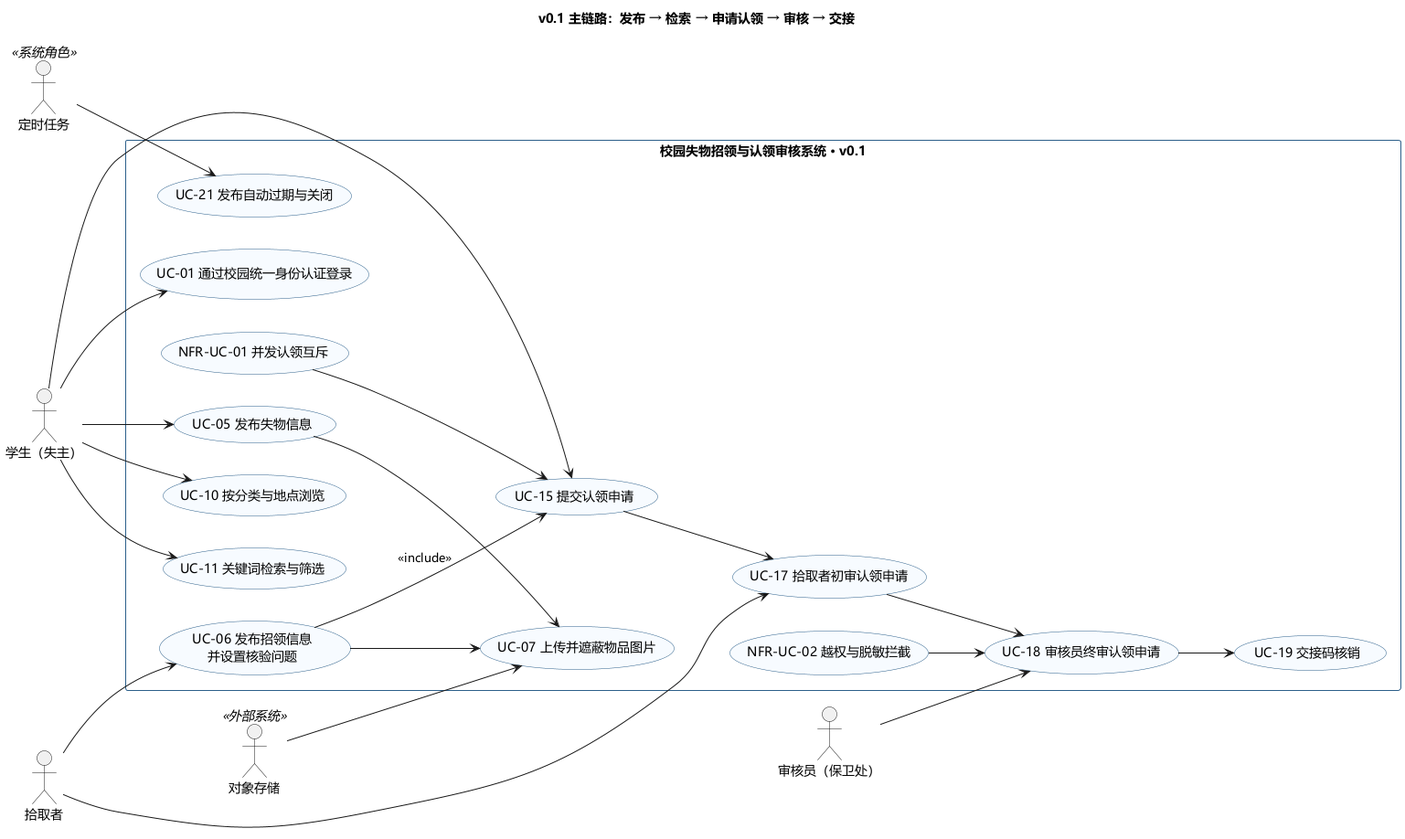
Before: docs/assets/usecase-v01.png, a diagram exported from PlantUML (phao90016-jpg/Tongji-campus-lost-found).
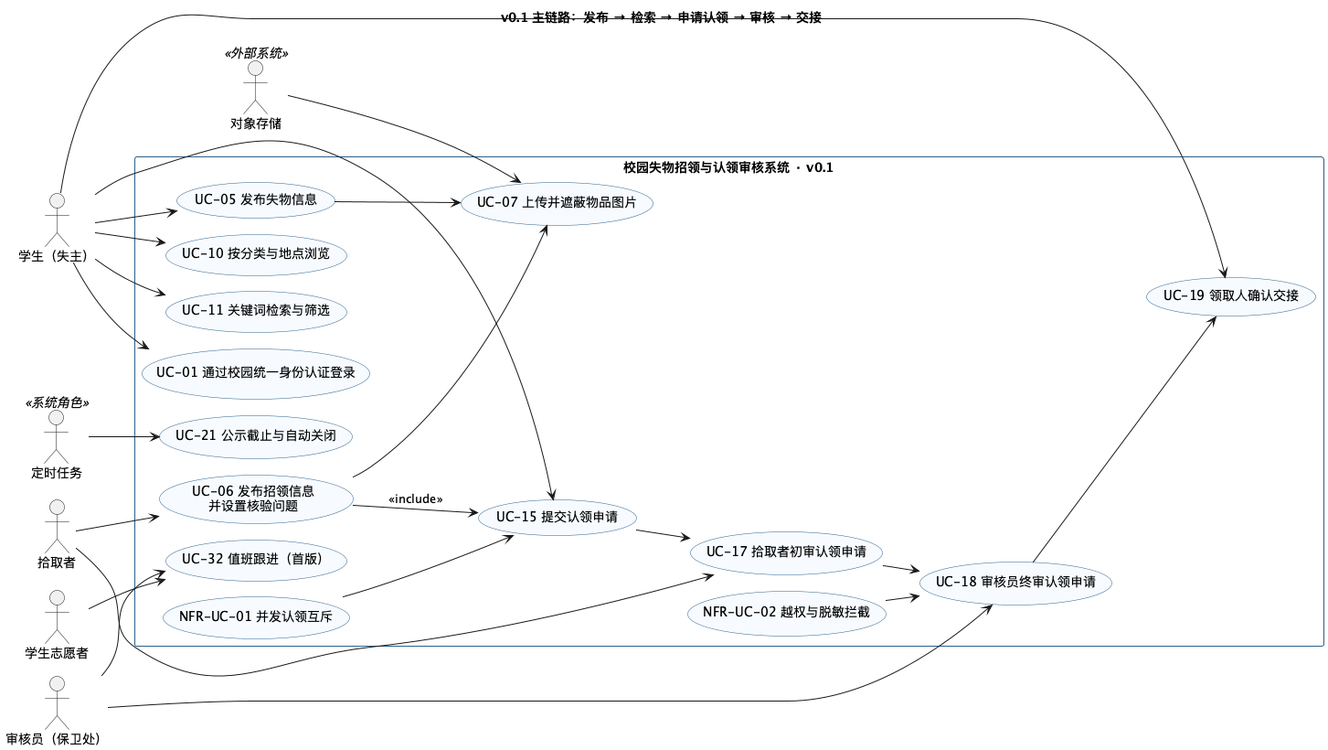
Later version of the same file.

Change to the diagram source:
```diff
@@ -1,4 +1,5 @@
 @startuml usecase-v01
+!pragma layout smetana
 title v0.1 主链路：发布 → 检索 → 申请认领 → 审核 → 交接
 
 skinparam shadowing false
@@ -16,6 +17,7 @@
 actor "学生（失主）" as STU
 actor "拾取者" as FINDER
 actor "审核员（保卫处）" as REVIEWER
+actor "学生志愿者" as VOL
 actor "定时任务" as SCHED <<系统角色>>
 actor "对象存储" as OSS <<外部系统>>
 
@@ -29,8 +31,9 @@
   usecase "UC-15 提交认领申请" as UC15
   usecase "UC-17 拾取者初审认领申请" as UC17
   usecase "UC-18 审核员终审认领申请" as UC18
-  usecase "UC-19 交接码核销" as UC19
-  usecase "UC-21 发布自动过期与关闭" as UC21
+  usecase "UC-19 领取人确认交接" as UC19
+  usecase "UC-21 公示截止与自动关闭" as UC21
+  usecase "UC-32 值班跟进（首版）" as UC32
   usecase "NFR-UC-01 并发认领互斥" as NFR01
   usecase "NFR-UC-02 越权与脱敏拦截" as NFR02
 }
@@ -40,9 +43,12 @@
 STU --> UC10
 STU --> UC11
 STU --> UC15
+STU --> UC19
 FINDER --> UC06
 FINDER --> UC17
 REVIEWER --> UC18
+REVIEWER --> UC32
+VOL --> UC32
 SCHED --> UC21
 
 UC05 --> UC07
```
